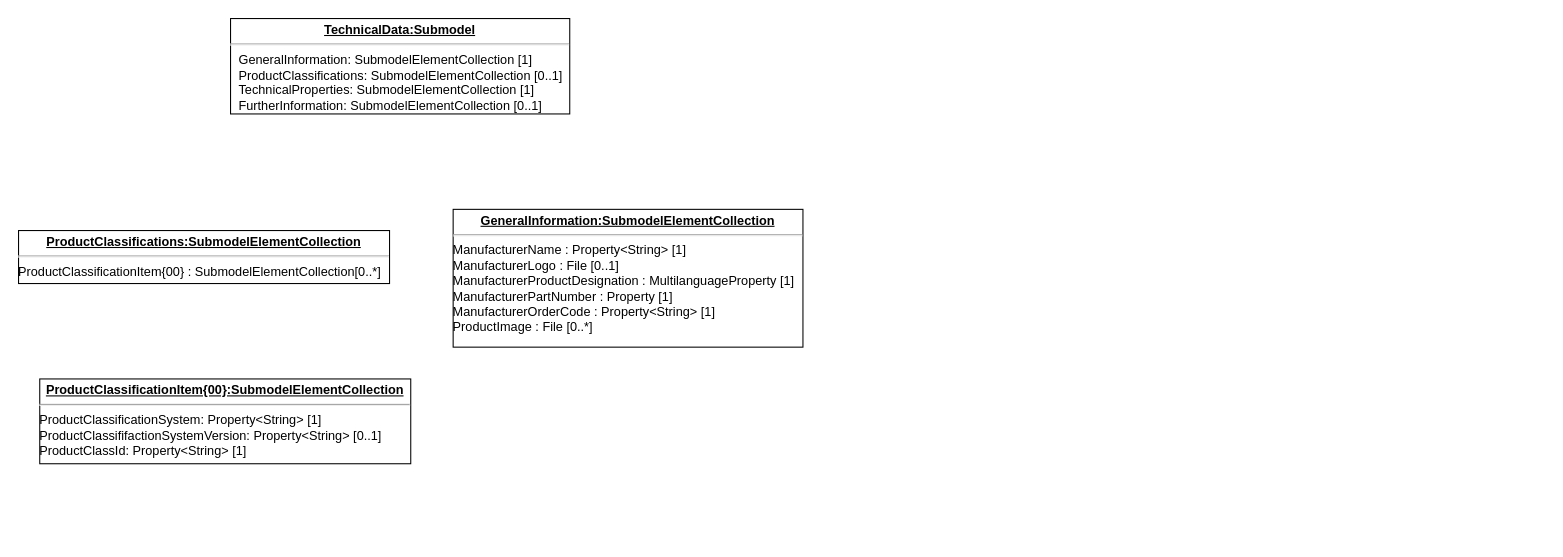
This is TechnicalData.drawio from LucRome/T2000, a draw.io file, before an edit. Source tidied: cells renumbered, new cells numbered last; positions are measured from the earlier drawing's top-left corner, leaving out a move shared by most shapes. Both pictures are drawn from the tidied source at 106%, with x=0, y=0 at pixel (18, 18).
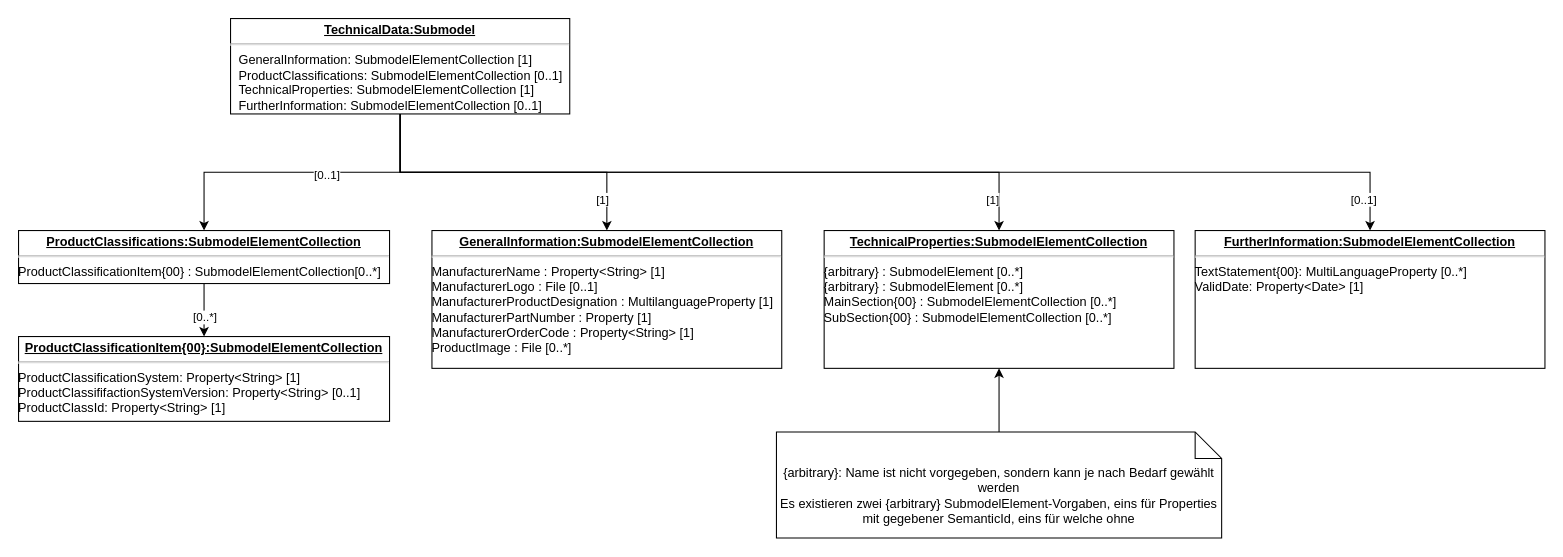
The same diagram, later.

Unchanged cells that the change refers to:
```xml
<mxCell id="2" value="&lt;p style=&quot;margin: 0px ; margin-top: 4px ; text-align: center ; text-decoration: underline&quot;&gt;&lt;b&gt;TechnicalData:Submodel&lt;/b&gt;&lt;/p&gt;&lt;hr&gt;&lt;p style=&quot;margin: 0px ; margin-left: 8px&quot;&gt;GeneralInformation: SubmodelElementCollection [1]&lt;br&gt;&lt;/p&gt;&lt;p style=&quot;margin: 0px ; margin-left: 8px&quot;&gt;ProductClassifications: SubmodelElementCollection [0..1]&lt;br&gt;&lt;/p&gt;&lt;p style=&quot;margin: 0px ; margin-left: 8px&quot;&gt;TechnicalProperties: SubmodelElementCollection [1]&lt;br&gt;&lt;/p&gt;&lt;p style=&quot;margin: 0px ; margin-left: 8px&quot;&gt;FurtherInformation: SubmodelElementCollection [0..1]&lt;br&gt;&lt;/p&gt;" style="verticalAlign=top;align=left;overflow=fill;fontSize=12;fontFamily=Helvetica;html=1;" parent="1" vertex="1">
  <mxGeometry x="200" width="320" height="90" as="geometry" />
</mxCell>
<mxCell id="4" value="&lt;p style=&quot;margin: 0px ; margin-top: 4px ; text-align: center ; text-decoration: underline&quot;&gt;&lt;b&gt;ProductClassifications:SubmodelElementCollection&lt;/b&gt; &lt;/p&gt;&lt;hr&gt;&lt;div&gt;ProductClassificationItem{00} : SubmodelElementCollection[0..*]&lt;/div&gt;" style="verticalAlign=top;align=left;overflow=fill;fontSize=12;fontFamily=Helvetica;html=1;" parent="1" vertex="1">
  <mxGeometry y="200" width="350" height="50" as="geometry" />
</mxCell>
```

The edit, as a diff of the source:
```diff
@@
+    <mxCell id="6" style="edgeStyle=orthogonalEdgeStyle;rounded=0;jettySize=auto;html=1;exitX=0.5;exitY=1;exitDx=0;exitDy=0;entryX=0.5;entryY=0;entryDx=0;entryDy=0;" parent="1" edge="1" source="2" target="3">
+      <mxGeometry relative="1" as="geometry" />
+    </mxCell>
+    <mxCell id="7" value="[1]" style="edgeLabel;html=1;align=center;verticalAlign=middle;" parent="6" vertex="1">
+      <mxGeometry x="-0.25" y="-4" relative="1" as="geometry">
+        <mxPoint x="131" y="21" as="offset" />
+      </mxGeometry>
+    </mxCell>
+    <mxCell id="8" style="edgeStyle=orthogonalEdgeStyle;rounded=0;jettySize=auto;html=1;exitX=0.5;exitY=1;exitDx=0;exitDy=0;entryX=0.5;entryY=0;entryDx=0;entryDy=0;" parent="1" edge="1" source="2" target="4">
+      <mxGeometry relative="1" as="geometry" />
+    </mxCell>
+    <mxCell id="9" value="&lt;div&gt;[0..1]&lt;/div&gt;" style="edgeLabel;html=1;align=center;verticalAlign=middle;" parent="8" vertex="1">
+      <mxGeometry x="-0.15" y="2" relative="1" as="geometry" />
+    </mxCell>
+    <mxCell id="10" style="edgeStyle=orthogonalEdgeStyle;rounded=0;jettySize=auto;html=1;exitX=0.5;exitY=1;exitDx=0;exitDy=0;entryX=0.5;entryY=0;entryDx=0;entryDy=0;" parent="1" edge="1" source="2" target="16">
+      <mxGeometry relative="1" as="geometry" />
+    </mxCell>
+    <mxCell id="11" value="[1]" style="edgeLabel;html=1;align=center;verticalAlign=middle;" parent="10" vertex="1">
+      <mxGeometry x="0.61" relative="1" as="geometry">
+        <mxPoint x="70" y="25" as="offset" />
+      </mxGeometry>
+    </mxCell>
+    <mxCell id="12" style="edgeStyle=orthogonalEdgeStyle;rounded=0;jettySize=auto;html=1;exitX=0.5;exitY=1;exitDx=0;exitDy=0;entryX=0.5;entryY=0;entryDx=0;entryDy=0;" parent="1" edge="1" source="2" target="17">
+      <mxGeometry relative="1" as="geometry" />
+    </mxCell>
+    <mxCell id="13" value="&lt;div&gt;[0..1]&lt;/div&gt;" style="edgeLabel;html=1;align=center;verticalAlign=middle;" parent="12" vertex="1">
+      <mxGeometry x="0.81" y="2" relative="1" as="geometry">
+        <mxPoint x="35" y="27" as="offset" />
+      </mxGeometry>
+    </mxCell>
@@
     <mxCell id="3" value="&lt;p style=&quot;margin: 0px ; margin-top: 4px ; text-align: center ; text-decoration: underline&quot;&gt;&lt;b&gt;GeneralInformation:SubmodelElementCollection&lt;/b&gt; &lt;/p&gt;&lt;hr&gt;&lt;div&gt;ManufacturerName : Property&amp;lt;String&amp;gt; [1]&lt;/div&gt;&lt;div&gt;ManufacturerLogo : File [0..1]&lt;/div&gt;ManufacturerProductDesignation : MultilanguageProperty [1]&lt;br&gt;ManufacturerPartNumber : Property [1]&lt;br&gt;ManufacturerOrderCode : Property&amp;lt;String&amp;gt; [1]&lt;br&gt;ProductImage : File [0..*]" style="verticalAlign=top;align=left;overflow=fill;fontSize=12;fontFamily=Helvetica;html=1;" parent="1" vertex="1">
-      <mxGeometry x="410" y="180" width="330" height="130" as="geometry" />
+      <mxGeometry x="390" y="200" width="330" height="130" as="geometry" />
     </mxCell>
+    <mxCell id="14" style="edgeStyle=orthogonalEdgeStyle;rounded=0;jettySize=auto;html=1;exitX=0.5;exitY=1;exitDx=0;exitDy=0;entryX=0.5;entryY=0;entryDx=0;entryDy=0;" parent="1" edge="1" source="4" target="5">
+      <mxGeometry relative="1" as="geometry" />
+    </mxCell>
+    <mxCell id="15" value="[0..*]" style="edgeLabel;html=1;align=center;verticalAlign=middle;" parent="14" vertex="1">
+      <mxGeometry x="0.22" relative="1" as="geometry" />
+    </mxCell>
@@
     <mxCell id="5" value="&lt;p style=&quot;margin: 0px ; margin-top: 4px ; text-align: center ; text-decoration: underline&quot;&gt;&lt;b&gt;ProductClassificationItem{00}:SubmodelElementCollection&lt;/b&gt; &lt;/p&gt;&lt;hr&gt;&lt;div&gt;ProductClassificationSystem: Property&amp;lt;String&amp;gt; [1]&lt;/div&gt;&lt;div&gt;ProductClassififactionSystemVersion: Property&amp;lt;String&amp;gt; [0..1]&lt;/div&gt;&lt;div&gt;ProductClassId: Property&amp;lt;String&amp;gt; [1]&lt;br&gt;&lt;/div&gt;" style="verticalAlign=top;align=left;overflow=fill;fontSize=12;fontFamily=Helvetica;html=1;" parent="1" vertex="1">
-      <mxGeometry x="20" y="340" width="350" height="80" as="geometry" />
+      <mxGeometry y="300" width="350" height="80" as="geometry" />
     </mxCell>
+    <mxCell id="16" value="&lt;p style=&quot;margin: 0px ; margin-top: 4px ; text-align: center ; text-decoration: underline&quot;&gt;&lt;b&gt;TechnicalProperties:SubmodelElementCollection&lt;/b&gt; &lt;/p&gt;&lt;hr&gt;&lt;div&gt;{arbitrary} : SubmodelElement [0..*]&lt;/div&gt;&lt;div&gt;{arbitrary} : SubmodelElement [0..*]&lt;/div&gt;&lt;div&gt;MainSection{00} : SubmodelElementCollection [0..*]&lt;/div&gt;&lt;div&gt;SubSection{00} : SubmodelElementCollection [0..*]&lt;br&gt;&lt;/div&gt;&lt;div&gt;&lt;br&gt;&lt;/div&gt;" style="verticalAlign=top;align=left;overflow=fill;fontSize=12;fontFamily=Helvetica;html=1;" parent="1" vertex="1">
+      <mxGeometry x="760" y="200" width="330" height="130" as="geometry" />
+    </mxCell>
+    <mxCell id="17" value="&lt;p style=&quot;margin: 0px ; margin-top: 4px ; text-align: center ; text-decoration: underline&quot;&gt;&lt;b&gt;FurtherInformation:SubmodelElementCollection&lt;/b&gt; &lt;/p&gt;&lt;hr&gt;&lt;div&gt;TextStatement{00}: MultiLanguageProperty [0..*]&lt;/div&gt;&lt;div&gt;ValidDate: Property&amp;lt;Date&amp;gt; [1]&lt;br&gt;&lt;/div&gt;&lt;div&gt;&lt;br&gt;&lt;/div&gt;" style="verticalAlign=top;align=left;overflow=fill;fontSize=12;fontFamily=Helvetica;html=1;" parent="1" vertex="1">
+      <mxGeometry x="1110" y="200" width="330" height="130" as="geometry" />
+    </mxCell>
+    <mxCell id="18" style="edgeStyle=orthogonalEdgeStyle;rounded=0;jettySize=auto;html=1;exitX=0.5;exitY=0;exitDx=0;exitDy=0;exitPerimeter=0;entryX=0.5;entryY=1;entryDx=0;entryDy=0;" parent="1" edge="1" source="19" target="16">
+      <mxGeometry relative="1" as="geometry" />
+    </mxCell>
+    <mxCell id="19" value="&lt;div&gt;{arbitrary}: Name ist nicht vorgegeben, sondern kann je nach Bedarf gewählt werden&lt;/div&gt;&lt;div&gt;Es existieren zwei {arbitrary} SubmodelElement-Vorgaben, eins für Properties mit gegebener SemanticId, eins für welche ohne&lt;br&gt;&lt;/div&gt;" style="shape=note2;boundedLbl=1;whiteSpace=wrap;html=1;size=25;verticalAlign=top;align=center;" parent="1" vertex="1">
+      <mxGeometry x="715" y="390" width="420" height="100" as="geometry" />
+    </mxCell>
```
